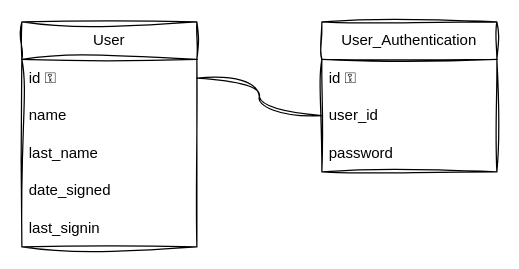
Above: page "login-database" (6 of 10) of Arqitecturas_Java.drawio in blaze2189/arquitecturas-java (draw.io), before the change. Source tidied: cells renumbered, new cells numbered last; positions are measured from the earlier drawing's top-left corner, leaving out a move shared by most shapes. Both pictures are drawn from the tidied source at 125%, with x=0, y=0 at pixel (21, 21).
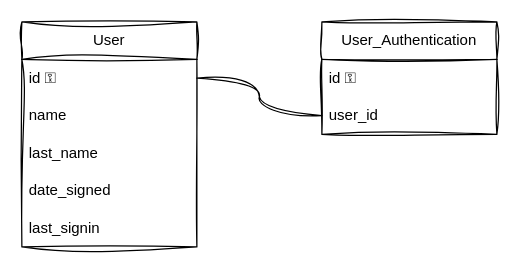
After the change.

Diff of the diagram source:
```diff
@@
 <mxGraphModel>
   <root>
     <mxCell id="0" />
     <mxCell id="1" parent="0" />
     <mxCell id="2" value="User" style="swimlane;fontStyle=0;horizontal=1;startSize=30;whiteSpace=wrap;html=1;sketch=1;curveFitting=1;jiggle=2;" parent="1" vertex="1">
       <mxGeometry width="140" height="180" as="geometry" />
     </mxCell>
     <mxCell id="3" value="id ⚿" style="text;strokeColor=none;fillColor=none;align=left;verticalAlign=middle;spacingLeft=4;spacingRight=4;overflow=hidden;points=[[0,0.5],[1,0.5]];portConstraint=eastwest;whiteSpace=wrap;html=1;sketch=1;curveFitting=1;jiggle=2;" parent="2" vertex="1">
       <mxGeometry y="30" width="140" height="30" as="geometry" />
     </mxCell>
     <mxCell id="4" value="name" style="text;strokeColor=none;fillColor=none;align=left;verticalAlign=middle;spacingLeft=4;spacingRight=4;overflow=hidden;whiteSpace=wrap;html=1;sketch=1;curveFitting=1;jiggle=2;" parent="2" vertex="1">
       <mxGeometry y="60" width="140" height="30" as="geometry" />
     </mxCell>
     <mxCell id="5" value="last_name" style="text;strokeColor=none;fillColor=none;align=left;verticalAlign=middle;spacingLeft=4;spacingRight=4;overflow=hidden;whiteSpace=wrap;html=1;sketch=1;curveFitting=1;jiggle=2;" parent="2" vertex="1">
       <mxGeometry y="90" width="140" height="30" as="geometry" />
     </mxCell>
     <mxCell id="6" value="date_signed" style="text;strokeColor=none;fillColor=none;align=left;verticalAlign=middle;spacingLeft=4;spacingRight=4;overflow=hidden;whiteSpace=wrap;html=1;sketch=1;curveFitting=1;jiggle=2;" parent="2" vertex="1">
       <mxGeometry y="120" width="140" height="30" as="geometry" />
     </mxCell>
     <mxCell id="7" value="last_signin" style="text;strokeColor=none;fillColor=none;align=left;verticalAlign=middle;spacingLeft=4;spacingRight=4;overflow=hidden;whiteSpace=wrap;html=1;sketch=1;curveFitting=1;jiggle=2;" parent="2" vertex="1">
       <mxGeometry y="150" width="140" height="30" as="geometry" />
     </mxCell>
     <mxCell id="8" value="User_Authentication" style="swimlane;fontStyle=0;horizontal=1;startSize=30;whiteSpace=wrap;html=1;sketch=1;curveFitting=1;jiggle=2;" parent="1" vertex="1">
-      <mxGeometry x="240" width="140" height="120" as="geometry" />
+      <mxGeometry x="240" width="140" height="90" as="geometry" />
     </mxCell>
     <mxCell id="9" value="id ⚿" style="text;strokeColor=none;fillColor=none;align=left;verticalAlign=middle;spacingLeft=4;spacingRight=4;overflow=hidden;whiteSpace=wrap;html=1;sketch=1;curveFitting=1;jiggle=2;" parent="8" vertex="1">
       <mxGeometry y="30" width="140" height="30" as="geometry" />
     </mxCell>
     <mxCell id="10" value="user_id" style="text;strokeColor=none;fillColor=none;align=left;verticalAlign=middle;spacingLeft=4;spacingRight=4;overflow=hidden;points=[[0,0.5],[1,0.5]];portConstraint=eastwest;whiteSpace=wrap;html=1;sketch=1;curveFitting=1;jiggle=2;" parent="8" vertex="1">
       <mxGeometry y="60" width="140" height="30" as="geometry" />
     </mxCell>
-    <mxCell id="11" value="password" style="text;strokeColor=none;fillColor=none;align=left;verticalAlign=middle;spacingLeft=4;spacingRight=4;overflow=hidden;whiteSpace=wrap;html=1;sketch=1;curveFitting=1;jiggle=2;" parent="8" vertex="1">
-      <mxGeometry y="90" width="140" height="30" as="geometry" />
-    </mxCell>
     <mxCell id="12" style="edgeStyle=orthogonalEdgeStyle;rounded=0;jettySize=auto;html=1;entryX=0;entryY=0.5;entryDx=0;entryDy=0;curved=1;endArrow=none;endFill=0;sketch=1;curveFitting=1;jiggle=2;" parent="1" edge="1" source="3" target="10">
       <mxGeometry relative="1" as="geometry" />
     </mxCell>
   </root>
 </mxGraphModel>
```
